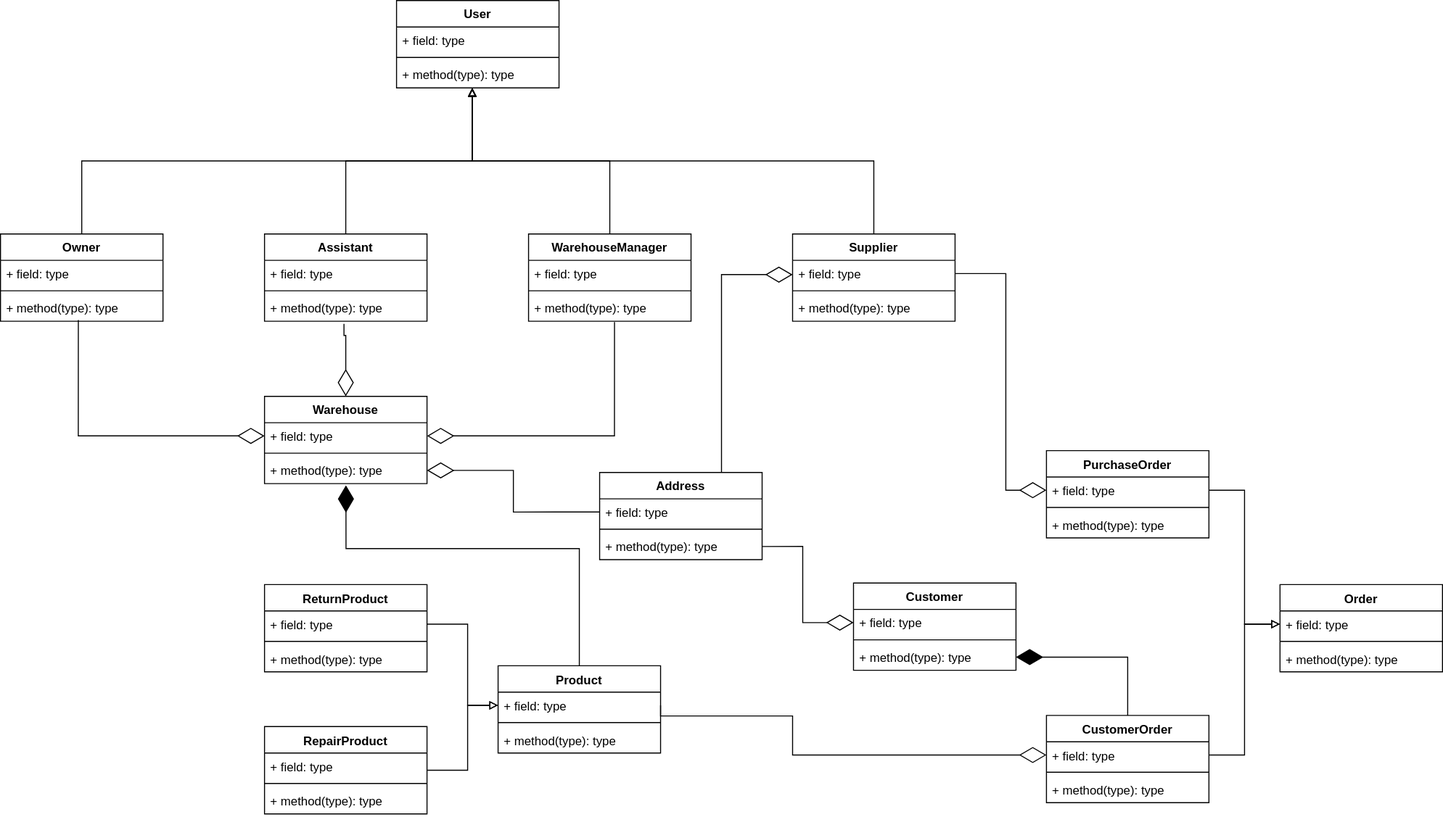
This is Class Diagram.svg from Simamkele88/IFM3_GP, a draw.io export, as it was before one commit. Source tidied: cells renumbered, new cells last; positions are measured from the earlier drawing's top-left corner, leaving out a move shared by most shapes.
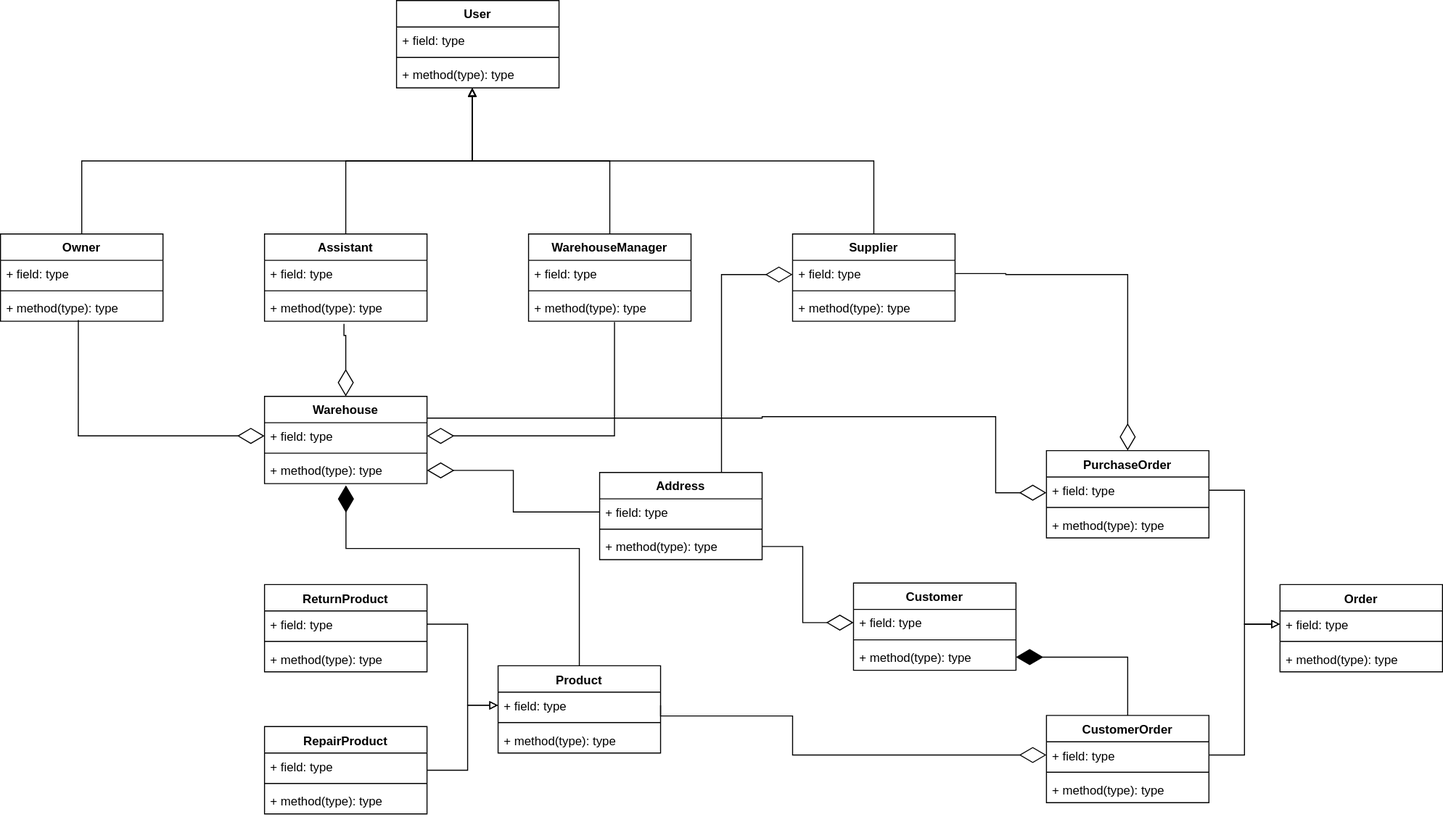
After the commit.

The edit, as a diff of the source:
```diff
@@ -257,11 +257,12 @@
     <mxCell id="73" style="endArrow=diamondThin;endFill=1;endSize=24;html=1;rounded=0;entryX=1;entryY=0.5;entryDx=0;entryDy=0;exitX=0.5;exitY=0;exitDx=0;exitDy=0;edgeStyle=orthogonalEdgeStyle;" parent="1" edge="1" source="48" target="57">
       <mxGeometry relative="1" as="geometry" />
     </mxCell>
-    <mxCell id="74" style="endArrow=diamondThin;endFill=0;endSize=24;html=1;rounded=0;edgeStyle=orthogonalEdgeStyle;exitX=1;exitY=0.5;exitDx=0;exitDy=0;entryX=0;entryY=0.5;entryDx=0;entryDy=0;" parent="1" edge="1" source="20" target="45">
+    <mxCell id="74" style="endArrow=diamondThin;endFill=0;endSize=24;html=1;rounded=0;edgeStyle=orthogonalEdgeStyle;exitX=1;exitY=0.5;exitDx=0;exitDy=0;entryX=0.5;entryY=0;entryDx=0;entryDy=0;" parent="1" edge="1" source="20" target="44">
       <mxGeometry relative="1" as="geometry">
         <Array as="points">
           <mxPoint x="990" y="269" />
-          <mxPoint x="990" y="483" />
+          <mxPoint x="990" y="270" />
+          <mxPoint x="1110" y="270" />
         </Array>
       </mxGeometry>
     </mxCell>
@@ -274,5 +275,16 @@
         </Array>
       </mxGeometry>
     </mxCell>
+    <mxCell id="76" style="endArrow=diamondThin;endFill=0;endSize=24;html=1;rounded=0;edgeStyle=orthogonalEdgeStyle;entryX=0;entryY=0.5;entryDx=0;entryDy=0;exitX=1;exitY=0.25;exitDx=0;exitDy=0;" parent="1" edge="1" source="58">
+      <mxGeometry relative="1" as="geometry">
+        <mxPoint x="1030" y="485" as="targetPoint" />
+        <Array as="points">
+          <mxPoint x="750" y="412" />
+          <mxPoint x="750" y="410" />
+          <mxPoint x="980" y="410" />
+          <mxPoint x="980" y="485" />
+        </Array>
+      </mxGeometry>
+    </mxCell>
   </root>
 </mxGraphModel>
```
